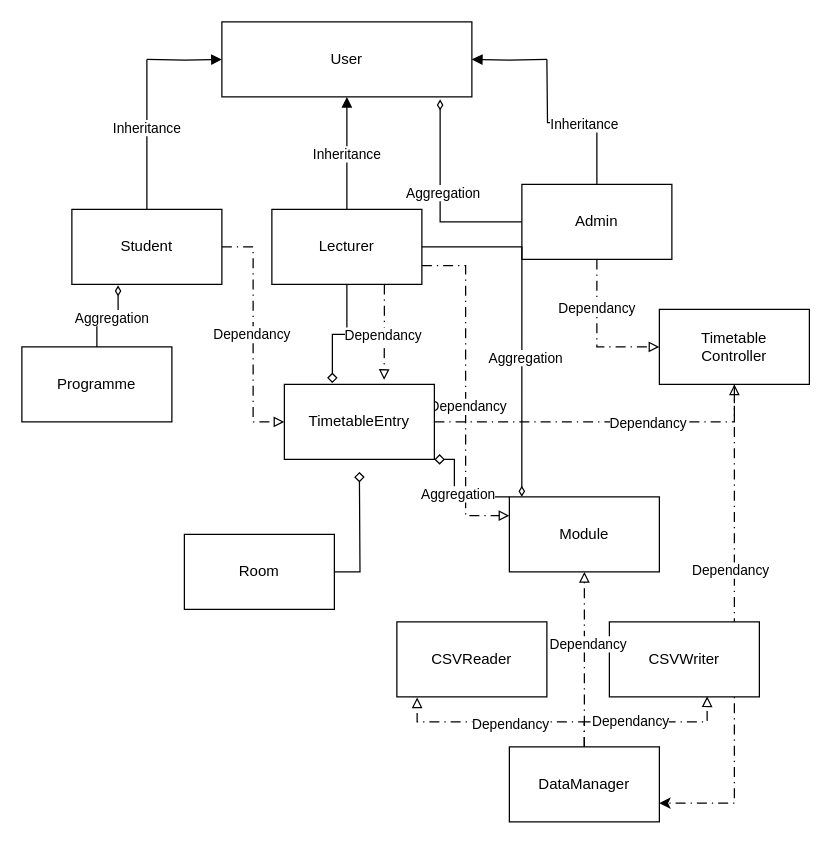
Earlier version of the draw.io diagram UMLDiagramOODProject (1).drawio (ChrisY03/OOD-G19). Source tidied: cells renumbered, new cells numbered last; positions are measured from the earlier drawing's top-left corner, leaving out a move shared by most shapes. Both pictures are drawn from the tidied source at 125%, with x=0, y=0 at pixel (21, 21).
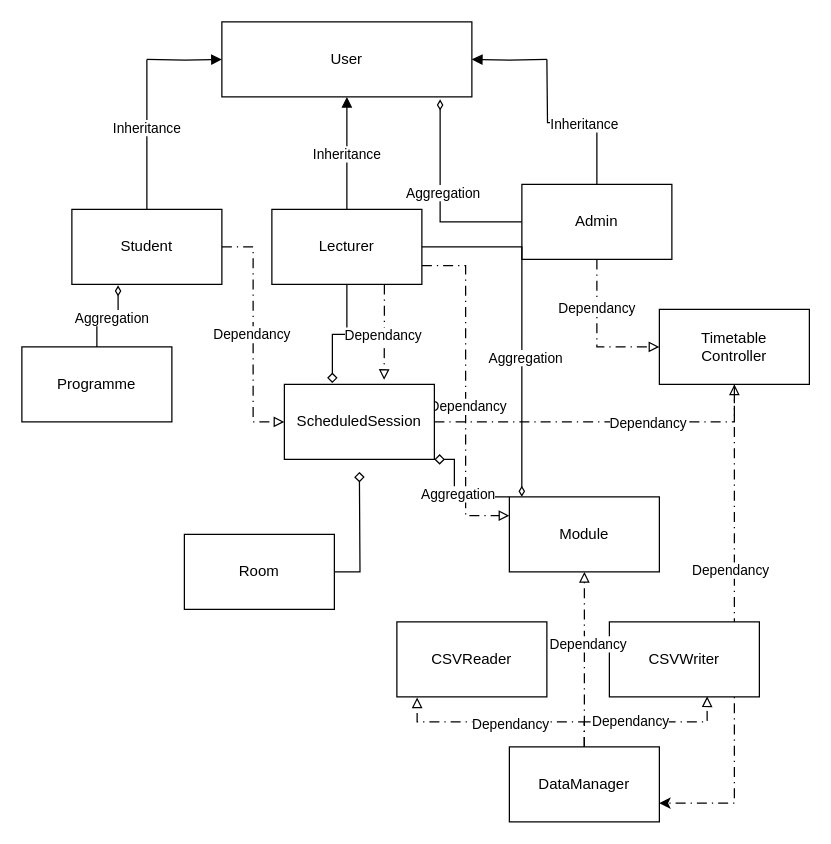
After the change.

Commit message:
Rename TimetableEntry to ScheduledSession in UML diagram

Updated the class name from TimetableEntry to ScheduledSession in the UML diagram to better reflect its purpose and improve clarity.

Change to the diagram source:
```diff
@@
-    <mxCell id="25" value="TimetableEntry" style="rounded=0;whiteSpace=wrap;html=1;" parent="1" vertex="1">
+    <mxCell id="25" value="ScheduledSession" style="rounded=0;whiteSpace=wrap;html=1;" parent="1" vertex="1">
       <mxGeometry x="210" y="290" width="120" height="60" as="geometry" />
     </mxCell>
```
